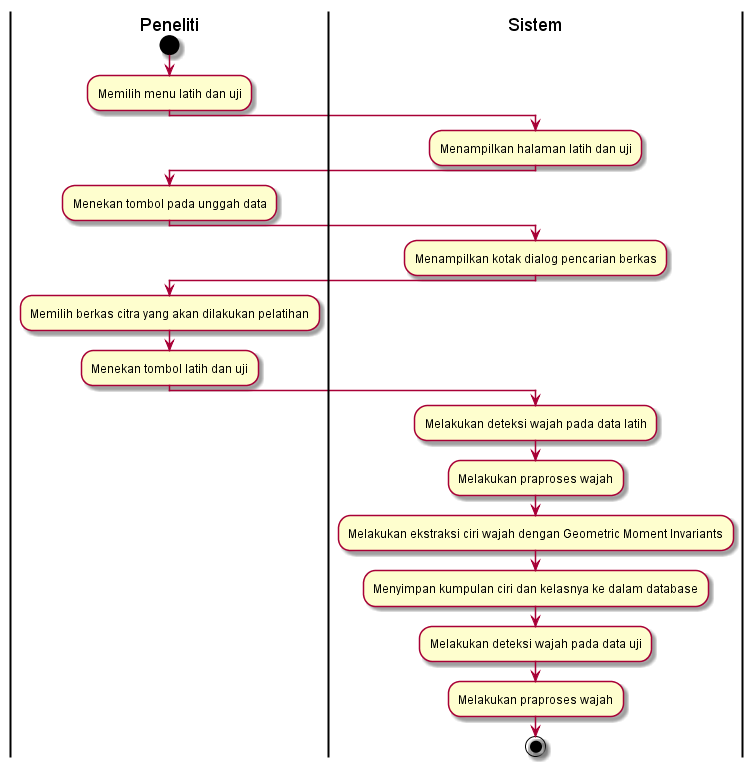
ayulestari10/gmisvm keeps this PlantUML diagram as diagram/AD_Praproses_wajah.png. Above is the earlier version.
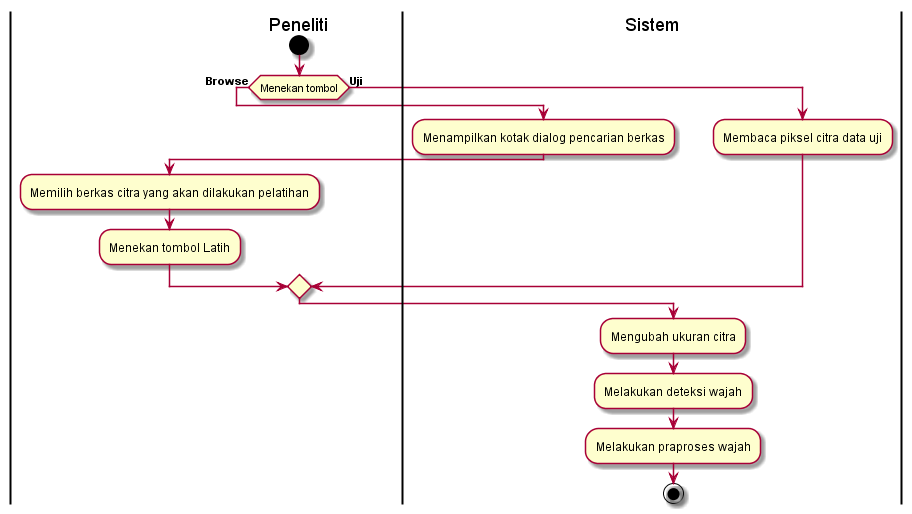
The same diagram one commit later.

Diff of the diagram source:
```diff
@@ -1,30 +1,25 @@
 @startuml
-| Peneliti |
+|                                      Peneliti |
 start
 
-:Memilih menu latih dan uji;
-| Sistem |
-:Menampilkan halaman latih dan uji;
-| Peneliti |
-:Menekan tombol pada unggah data;
+|                                      Peneliti |
+if (Menekan tombol) then (**Browse**)
 | Sistem |
 :Menampilkan kotak dialog pencarian berkas;
-| Peneliti |
+|                                      Peneliti |
 :Memilih berkas citra yang akan dilakukan pelatihan;
-| Peneliti |
-:Menekan tombol latih dan uji;
+|                                      Peneliti |
+:Menekan tombol Latih;
 | Sistem |
-:Melakukan deteksi wajah pada data latih;
+
+else (**Uji          **)
 | Sistem |
+:Membaca piksel citra data uji;
+endif
+:Mengubah ukuran citra;
+:Melakukan deteksi wajah;
 :Melakukan praproses wajah;
-| Sistem |
-:Melakukan ekstraksi ciri wajah dengan Geometric Moment Invariants;
-| Sistem |
-:Menyimpan kumpulan ciri dan kelasnya ke dalam database;
-| Sistem |
-:Melakukan deteksi wajah pada data uji;
-| Sistem |
-:Melakukan praproses wajah;
+
 
 stop
 @enduml
```
